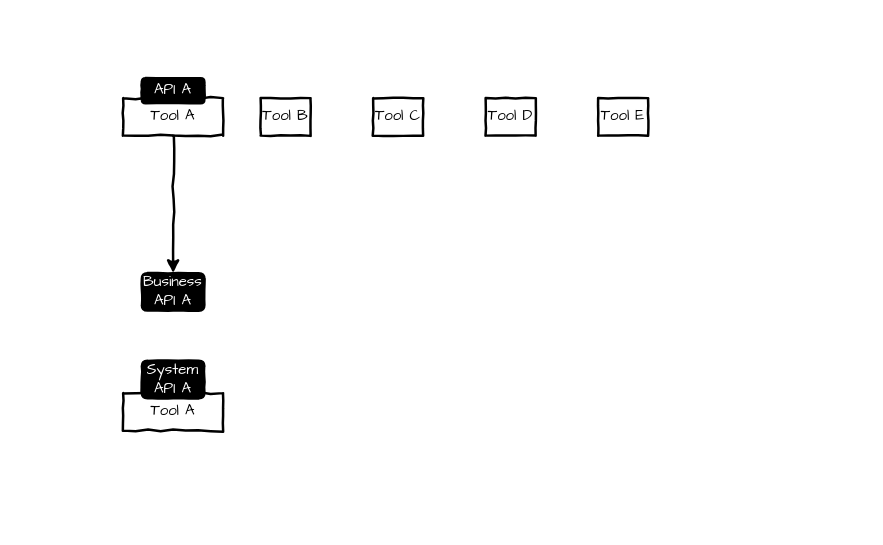
This is page "Page-2" (2 of 2) of _drawio/3-dimensions-of-apis-organization.drawio from arno-di-loreto/apihandyman.io, a draw.io file, before an edit. Source tidied: cells renumbered, new cells numbered last; positions are measured from the earlier drawing's top-left corner, leaving out a move shared by most shapes. Both pictures are drawn from the tidied source at 125%, with x=0, y=0 at pixel (122, 78).
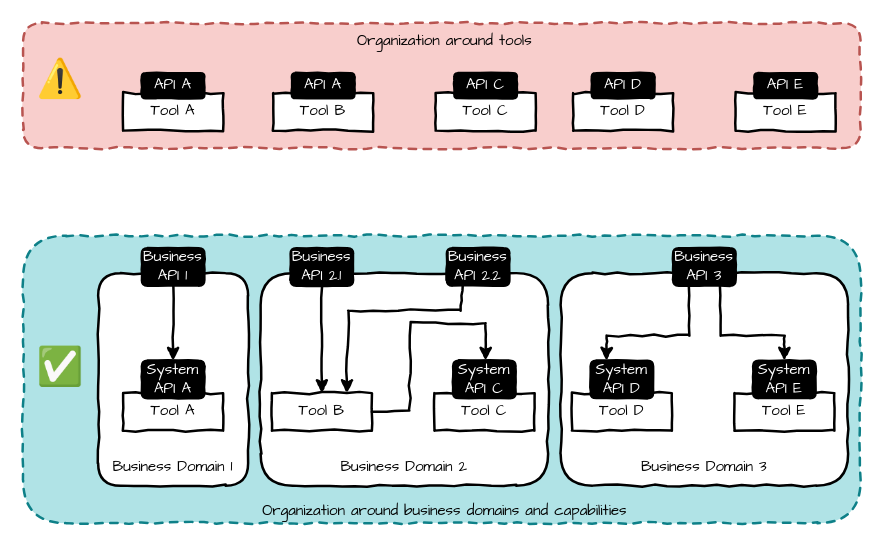
After the change.

Unchanged cells that the change refers to:
```xml
<mxCell id="9" value="System API A" style="rounded=1;whiteSpace=wrap;html=1;comic=1;fontFamily=Comic Sans MS;strokeWidth=2;fontColor=#FFFFFF;fillColor=#000000;" parent="1" vertex="1">
  <mxGeometry x="15" y="226" width="50" height="30" as="geometry" />
</mxCell>
```

Diff of the diagram source:
```diff
@@
+    <mxCell id="12" value="&lt;font face=&quot;Comic Sans MS&quot;&gt;Organization around business domains and capabilities&lt;br&gt;&lt;/font&gt;" style="rounded=1;whiteSpace=wrap;html=1;comic=1;strokeWidth=2;spacingLeft=5;align=center;fillColor=#b0e3e6;strokeColor=#0e8088;verticalAlign=bottom;dashed=1;" parent="1" vertex="1">
+      <mxGeometry x="-80" y="126" width="670" height="230" as="geometry" />
+    </mxCell>
+    <mxCell id="13" value="&lt;font face=&quot;Comic Sans MS&quot;&gt;Organization around tools&lt;br&gt;&lt;/font&gt;" style="rounded=1;whiteSpace=wrap;html=1;comic=1;strokeWidth=2;spacingLeft=5;align=center;fillColor=#f8cecc;strokeColor=#b85450;verticalAlign=top;dashed=1;" parent="1" vertex="1">
+      <mxGeometry x="-80" y="-44" width="670" height="100" as="geometry" />
+    </mxCell>
+    <mxCell id="14" value="Business Domain 1" style="rounded=1;whiteSpace=wrap;html=1;comic=1;fontFamily=Comic Sans MS;strokeWidth=2;verticalAlign=bottom;spacingBottom=5;" parent="1" vertex="1">
+      <mxGeometry x="-20" y="156" width="120" height="170" as="geometry" />
+    </mxCell>
     <mxCell id="2" value="Tool A" style="rounded=0;whiteSpace=wrap;html=1;comic=1;fontFamily=Comic Sans MS;strokeWidth=2;" parent="1" vertex="1">
-      <mxGeometry y="16" width="80" height="30" as="geometry" />
+      <mxGeometry y="12" width="80" height="30" as="geometry" />
     </mxCell>
-    <mxCell id="3" value="Tool B" style="rounded=0;whiteSpace=wrap;html=1;comic=1;fontFamily=Comic Sans MS;strokeWidth=2;" parent="1" vertex="1">
-      <mxGeometry x="110" y="16" width="40" height="30" as="geometry" />
-    </mxCell>
-    <mxCell id="4" value="Tool C" style="rounded=0;whiteSpace=wrap;html=1;comic=1;fontFamily=Comic Sans MS;strokeWidth=2;" parent="1" vertex="1">
-      <mxGeometry x="200" y="16" width="40" height="30" as="geometry" />
-    </mxCell>
-    <mxCell id="5" value="Tool D" style="rounded=0;whiteSpace=wrap;html=1;comic=1;fontFamily=Comic Sans MS;strokeWidth=2;" parent="1" vertex="1">
-      <mxGeometry x="290" y="16" width="40" height="30" as="geometry" />
-    </mxCell>
-    <mxCell id="6" value="Tool E" style="rounded=0;whiteSpace=wrap;html=1;comic=1;fontFamily=Comic Sans MS;strokeWidth=2;" parent="1" vertex="1">
-      <mxGeometry x="380" y="16" width="40" height="30" as="geometry" />
-    </mxCell>
     <mxCell id="7" value="API A" style="rounded=1;whiteSpace=wrap;html=1;comic=1;fontFamily=Comic Sans MS;strokeWidth=2;fontColor=#FFFFFF;fillColor=#000000;" parent="1" vertex="1">
-      <mxGeometry x="15" width="50" height="20" as="geometry" />
+      <mxGeometry x="15" y="-4" width="50" height="20" as="geometry" />
     </mxCell>
@@
-    <mxCell id="10" value="Business API A" style="rounded=1;whiteSpace=wrap;html=1;comic=1;fontFamily=Comic Sans MS;strokeWidth=2;fontColor=#FFFFFF;fillColor=#000000;" parent="1" vertex="1">
-      <mxGeometry x="15" y="156" width="50" height="30" as="geometry" />
+    <mxCell id="10" value="Business API 1" style="rounded=1;whiteSpace=wrap;html=1;comic=1;fontFamily=Comic Sans MS;strokeWidth=2;fontColor=#FFFFFF;fillColor=#000000;" parent="1" vertex="1">
+      <mxGeometry x="15" y="136" width="50" height="30" as="geometry" />
     </mxCell>
-    <mxCell id="11" style="endArrow=classic;html=1;rounded=0;fontFamily=Comic Sans MS;exitX=0.5;exitY=1;exitDx=0;exitDy=0;entryX=0.5;entryY=0;entryDx=0;entryDy=0;strokeWidth=2;comic=1;" parent="1" edge="1" source="2" target="10">
+    <mxCell id="11" style="endArrow=classic;html=1;rounded=0;fontFamily=Comic Sans MS;strokeWidth=2;comic=1;entryX=0.5;entryY=0;entryDx=0;entryDy=0;exitX=0.5;exitY=1;exitDx=0;exitDy=0;" parent="1" edge="1" source="10" target="9">
       <mxGeometry relative="1" as="geometry" />
     </mxCell>
+    <mxCell id="15" value="Business Domain 2" style="rounded=1;whiteSpace=wrap;html=1;comic=1;fontFamily=Comic Sans MS;strokeWidth=2;verticalAlign=bottom;spacingBottom=5;" parent="1" vertex="1">
+      <mxGeometry x="110" y="156" width="230" height="170" as="geometry" />
+    </mxCell>
+    <mxCell id="16" value="Tool B" style="rounded=0;whiteSpace=wrap;html=1;comic=1;fontFamily=Comic Sans MS;strokeWidth=2;" parent="1" vertex="1">
+      <mxGeometry x="119" y="252" width="80" height="30" as="geometry" />
+    </mxCell>
+    <mxCell id="17" value="Tool C" style="rounded=0;whiteSpace=wrap;html=1;comic=1;fontFamily=Comic Sans MS;strokeWidth=2;" parent="1" vertex="1">
+      <mxGeometry x="249" y="252" width="80" height="30" as="geometry" />
+    </mxCell>
+    <mxCell id="18" value="System&lt;br&gt;API C" style="rounded=1;whiteSpace=wrap;html=1;comic=1;fontFamily=Comic Sans MS;strokeWidth=2;fontColor=#FFFFFF;fillColor=#000000;" parent="1" vertex="1">
+      <mxGeometry x="264" y="226" width="50" height="30" as="geometry" />
+    </mxCell>
+    <mxCell id="19" value="Business API 2.1" style="rounded=1;whiteSpace=wrap;html=1;comic=1;fontFamily=Comic Sans MS;strokeWidth=2;fontColor=#FFFFFF;fillColor=#000000;" parent="1" vertex="1">
+      <mxGeometry x="134" y="136" width="50" height="30" as="geometry" />
+    </mxCell>
+    <mxCell id="20" value="Business API 2.2" style="rounded=1;whiteSpace=wrap;html=1;comic=1;fontFamily=Comic Sans MS;strokeWidth=2;fontColor=#FFFFFF;fillColor=#000000;" parent="1" vertex="1">
+      <mxGeometry x="259" y="136" width="50" height="30" as="geometry" />
+    </mxCell>
+    <mxCell id="21" style="endArrow=classic;html=1;rounded=0;fontFamily=Comic Sans MS;strokeWidth=2;comic=1;entryX=0.5;entryY=0;entryDx=0;entryDy=0;exitX=0.5;exitY=1;exitDx=0;exitDy=0;" parent="1" edge="1" source="19" target="16">
+      <mxGeometry relative="1" as="geometry" />
+    </mxCell>
+    <mxCell id="22" style="endArrow=classic;html=1;rounded=0;fontFamily=Comic Sans MS;strokeWidth=2;comic=1;exitX=0.25;exitY=1;exitDx=0;exitDy=0;entryX=0.75;entryY=0;entryDx=0;entryDy=0;" parent="1" edge="1" source="20" target="16">
+      <mxGeometry relative="1" as="geometry">
+        <Array as="points">
+          <mxPoint x="270" y="186" />
+          <mxPoint x="180" y="186" />
+        </Array>
+      </mxGeometry>
+    </mxCell>
+    <mxCell id="23" style="endArrow=classic;html=1;rounded=0;fontFamily=Comic Sans MS;strokeWidth=2;comic=1;exitX=1;exitY=0.5;exitDx=0;exitDy=0;" parent="1" edge="1" source="16">
+      <mxGeometry relative="1" as="geometry">
+        <mxPoint x="290" y="226" as="targetPoint" />
+        <Array as="points">
+          <mxPoint x="229" y="266" />
+          <mxPoint x="230" y="196" />
+          <mxPoint x="290" y="196" />
+        </Array>
+      </mxGeometry>
+    </mxCell>
+    <mxCell id="24" value="Business Domain 3" style="rounded=1;whiteSpace=wrap;html=1;comic=1;fontFamily=Comic Sans MS;strokeWidth=2;verticalAlign=bottom;spacingBottom=5;" parent="1" vertex="1">
+      <mxGeometry x="350" y="156" width="230" height="170" as="geometry" />
+    </mxCell>
+    <mxCell id="25" value="Tool D" style="rounded=0;whiteSpace=wrap;html=1;comic=1;fontFamily=Comic Sans MS;strokeWidth=2;" parent="1" vertex="1">
+      <mxGeometry x="359" y="252" width="80" height="30" as="geometry" />
+    </mxCell>
+    <mxCell id="26" value="System API D" style="rounded=1;whiteSpace=wrap;html=1;comic=1;fontFamily=Comic Sans MS;strokeWidth=2;fontColor=#FFFFFF;fillColor=#000000;" parent="1" vertex="1">
+      <mxGeometry x="374" y="226" width="50" height="30" as="geometry" />
+    </mxCell>
+    <mxCell id="27" value="Tool E" style="rounded=0;whiteSpace=wrap;html=1;comic=1;fontFamily=Comic Sans MS;strokeWidth=2;" parent="1" vertex="1">
+      <mxGeometry x="489" y="252" width="80" height="30" as="geometry" />
+    </mxCell>
+    <mxCell id="28" value="System&lt;br&gt;API E" style="rounded=1;whiteSpace=wrap;html=1;comic=1;fontFamily=Comic Sans MS;strokeWidth=2;fontColor=#FFFFFF;fillColor=#000000;" parent="1" vertex="1">
+      <mxGeometry x="504" y="226" width="50" height="30" as="geometry" />
+    </mxCell>
+    <mxCell id="29" value="Business API 3" style="rounded=1;whiteSpace=wrap;html=1;comic=1;fontFamily=Comic Sans MS;strokeWidth=2;fontColor=#FFFFFF;fillColor=#000000;" parent="1" vertex="1">
+      <mxGeometry x="440" y="136" width="50" height="30" as="geometry" />
+    </mxCell>
+    <mxCell id="30" style="endArrow=classic;html=1;rounded=0;fontFamily=Comic Sans MS;strokeWidth=2;comic=1;entryX=0.25;entryY=0;entryDx=0;entryDy=0;exitX=0.25;exitY=1;exitDx=0;exitDy=0;" parent="1" edge="1" source="29" target="26">
+      <mxGeometry relative="1" as="geometry">
+        <Array as="points">
+          <mxPoint x="453" y="206" />
+          <mxPoint x="387" y="206" />
+        </Array>
+      </mxGeometry>
+    </mxCell>
+    <mxCell id="31" style="endArrow=classic;html=1;rounded=0;fontFamily=Comic Sans MS;strokeWidth=2;comic=1;exitX=0.75;exitY=1;exitDx=0;exitDy=0;entryX=0.5;entryY=0;entryDx=0;entryDy=0;" parent="1" edge="1" source="29" target="28">
+      <mxGeometry relative="1" as="geometry">
+        <Array as="points">
+          <mxPoint x="478" y="206" />
+          <mxPoint x="529" y="206" />
+        </Array>
+      </mxGeometry>
+    </mxCell>
+    <mxCell id="32" value="Tool B" style="rounded=0;whiteSpace=wrap;html=1;comic=1;fontFamily=Comic Sans MS;strokeWidth=2;" parent="1" vertex="1">
+      <mxGeometry x="120" y="12" width="80" height="30" as="geometry" />
+    </mxCell>
+    <mxCell id="33" value="Tool C" style="rounded=0;whiteSpace=wrap;html=1;comic=1;fontFamily=Comic Sans MS;strokeWidth=2;" parent="1" vertex="1">
+      <mxGeometry x="250" y="12" width="80" height="30" as="geometry" />
+    </mxCell>
+    <mxCell id="34" value="API C" style="rounded=1;whiteSpace=wrap;html=1;comic=1;fontFamily=Comic Sans MS;strokeWidth=2;fontColor=#FFFFFF;fillColor=#000000;" parent="1" vertex="1">
+      <mxGeometry x="265" y="-4" width="50" height="20" as="geometry" />
+    </mxCell>
+    <mxCell id="35" value="Tool D" style="rounded=0;whiteSpace=wrap;html=1;comic=1;fontFamily=Comic Sans MS;strokeWidth=2;" parent="1" vertex="1">
+      <mxGeometry x="360" y="12" width="80" height="30" as="geometry" />
+    </mxCell>
+    <mxCell id="36" value="API D" style="rounded=1;whiteSpace=wrap;html=1;comic=1;fontFamily=Comic Sans MS;strokeWidth=2;fontColor=#FFFFFF;fillColor=#000000;" parent="1" vertex="1">
+      <mxGeometry x="375" y="-4" width="50" height="20" as="geometry" />
+    </mxCell>
+    <mxCell id="37" value="Tool E" style="rounded=0;whiteSpace=wrap;html=1;comic=1;fontFamily=Comic Sans MS;strokeWidth=2;" parent="1" vertex="1">
+      <mxGeometry x="490" y="12" width="80" height="30" as="geometry" />
+    </mxCell>
+    <mxCell id="38" value="API E" style="rounded=1;whiteSpace=wrap;html=1;comic=1;fontFamily=Comic Sans MS;strokeWidth=2;fontColor=#FFFFFF;fillColor=#000000;" parent="1" vertex="1">
+      <mxGeometry x="505" y="-4" width="50" height="20" as="geometry" />
+    </mxCell>
+    <mxCell id="39" value="API A" style="rounded=1;whiteSpace=wrap;html=1;comic=1;fontFamily=Comic Sans MS;strokeWidth=2;fontColor=#FFFFFF;fillColor=#000000;" parent="1" vertex="1">
+      <mxGeometry x="135" y="-4" width="50" height="20" as="geometry" />
+    </mxCell>
+    <mxCell id="40" value="&lt;font style=&quot;font-size: 30px&quot;&gt;⚠️&lt;/font&gt;" style="text;html=1;strokeColor=none;fillColor=none;align=center;verticalAlign=middle;whiteSpace=wrap;rounded=0;dashed=1;sketch=1;fontFamily=Comic Sans MS;fontColor=#000000;" parent="1" vertex="1">
+      <mxGeometry x="-80" y="-14" width="60" height="30" as="geometry" />
+    </mxCell>
+    <mxCell id="41" value="&lt;font style=&quot;font-size: 30px&quot;&gt;✅&lt;/font&gt;" style="text;html=1;strokeColor=none;fillColor=none;align=center;verticalAlign=middle;whiteSpace=wrap;rounded=0;dashed=1;sketch=1;fontFamily=Comic Sans MS;fontColor=#000000;" parent="1" vertex="1">
+      <mxGeometry x="-80" y="216" width="60" height="30" as="geometry" />
+    </mxCell>
```
